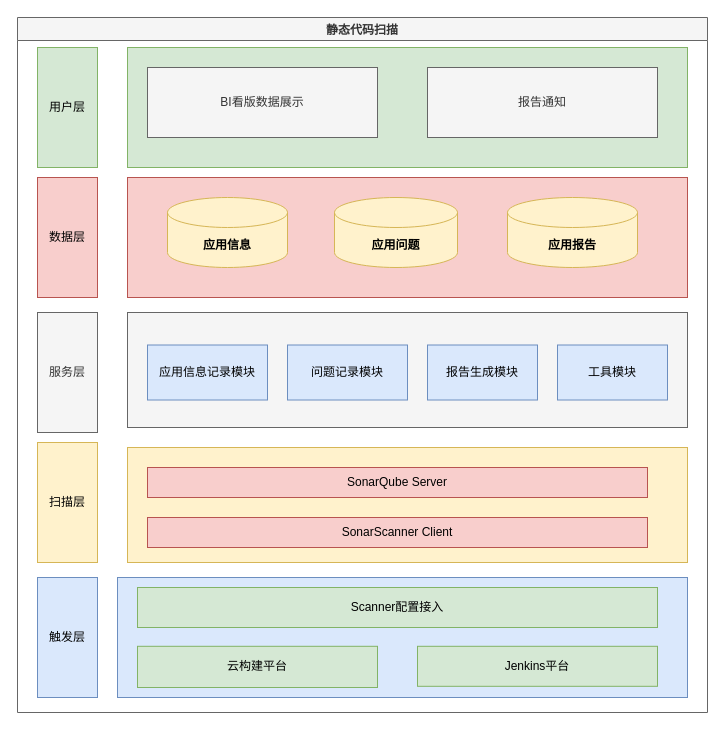
The draw.io diagram 好未来/静态代码扫描/代码扫描-架构图.drawio in dongjinmin-710/my-darwio, before the edit. Source tidied: cells renumbered, new cells numbered last; positions are measured from the earlier drawing's top-left corner, leaving out a move shared by most shapes. Both pictures are drawn from the tidied source at 100%, with x=0, y=0 at pixel (17, 17).
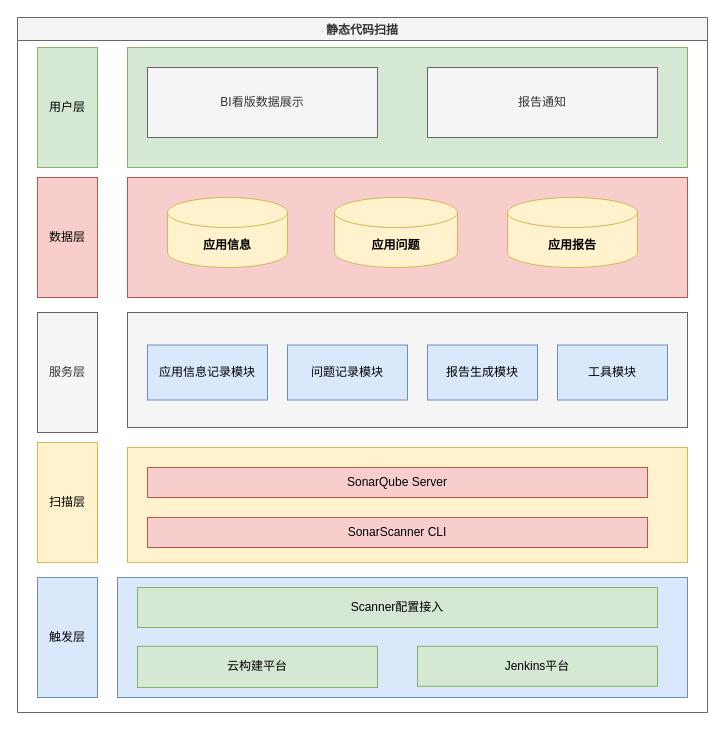
After the change.

Commit message:
更新代码扫描-架构图.drawio

The change refers to these unchanged cells:
```xml
<mxCell id="2" value="静态代码扫描" style="swimlane;fillColor=#f5f5f5;strokeColor=#666666;fontColor=#333333;" parent="1" vertex="1">
  <mxGeometry width="690" height="695" as="geometry" />
</mxCell>
```

Diff of the diagram source:
```diff
@@
-    <mxCell id="12" value="SonarScanner Client" style="rounded=0;whiteSpace=wrap;html=1;fillColor=#f8cecc;strokeColor=#b85450;" parent="2" vertex="1">
+    <mxCell id="12" value="SonarScanner CLI" style="rounded=0;whiteSpace=wrap;html=1;fillColor=#f8cecc;strokeColor=#b85450;" parent="2" vertex="1">
       <mxGeometry x="130" y="500" width="500" height="30" as="geometry" />
     </mxCell>
```
